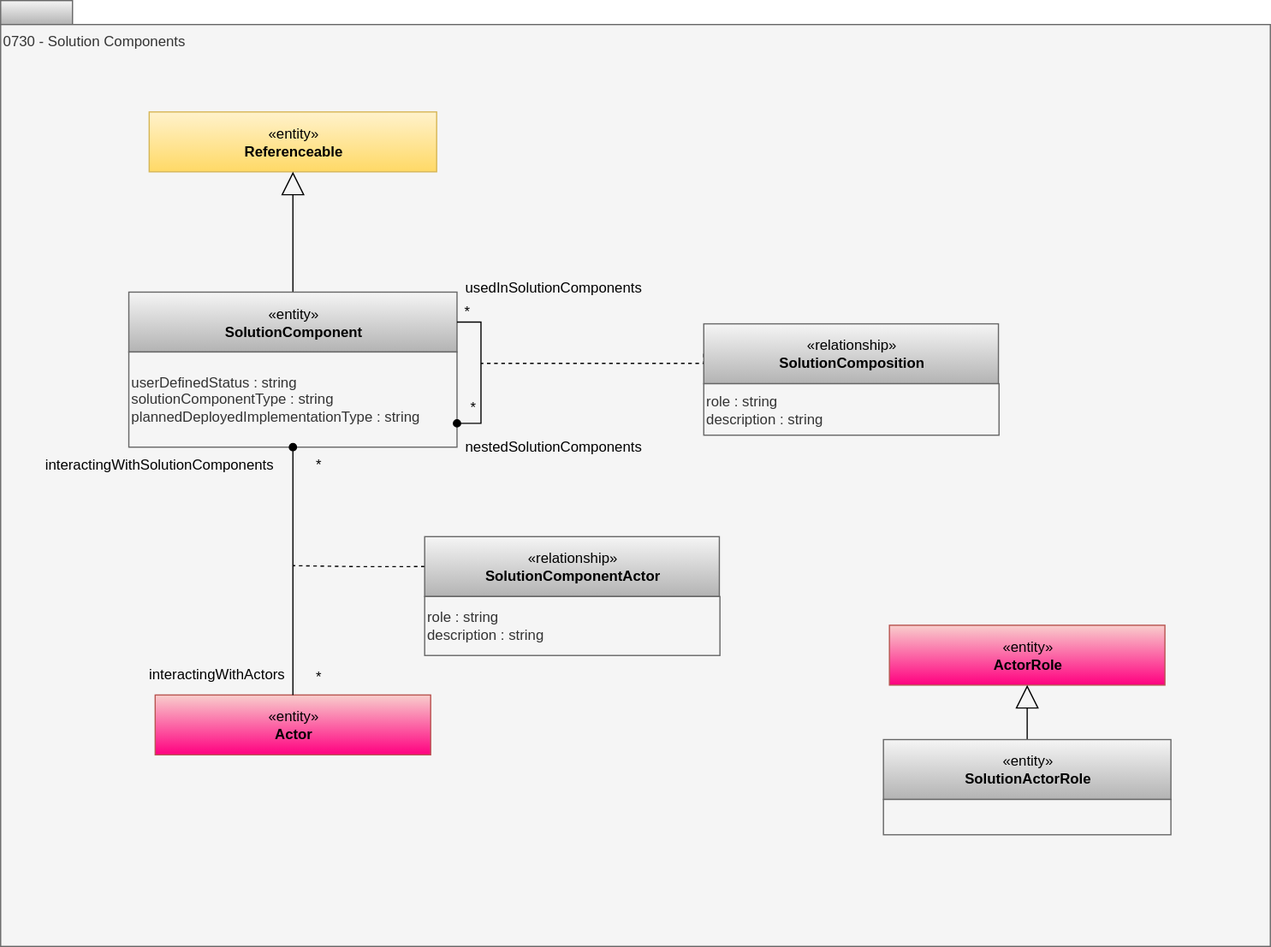
The draw.io diagram site/docs/types/7/0730-Solution-Components.svg in odpi/egeria-docs, before a commit. Source tidied: cells renumbered, new cells last; positions are measured from the earlier drawing's top-left corner, leaving out a move shared by most shapes.
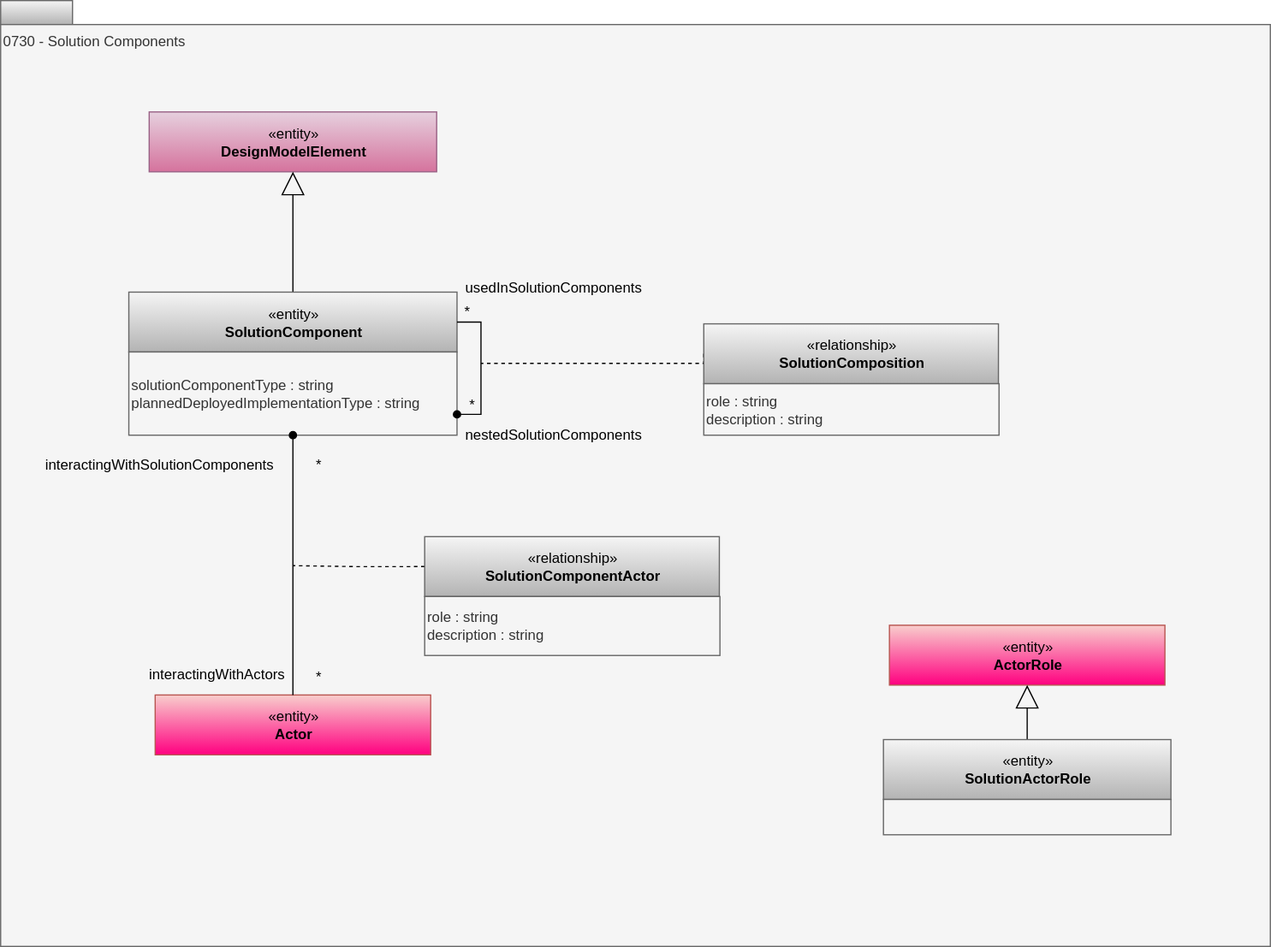
After the commit.

The edit, as a diff of the source:
```diff
@@ -8,7 +8,7 @@
     <mxCell id="3" value="0730 - Solution Components" style="rounded=0;whiteSpace=wrap;html=1;align=left;verticalAlign=top;fillColor=#f5f5f5;fontColor=#333333;strokeColor=#666666;" parent="1" vertex="1">
       <mxGeometry y="20" width="1060" height="770" as="geometry" />
     </mxCell>
-    <mxCell id="4" value="«entity»&lt;br&gt;&lt;b&gt;Referenceable&lt;/b&gt;" style="html=1;strokeColor=#d6b656;align=center;fillColor=#fff2cc;gradientColor=#ffd966;" parent="1" vertex="1">
+    <mxCell id="4" value="«entity»&lt;br&gt;&lt;b&gt;DesignModelElement&lt;/b&gt;" style="html=1;strokeColor=#996185;align=center;fillColor=#e6d0de;gradientColor=#d5739d;" parent="1" vertex="1">
       <mxGeometry x="124" y="93" width="240" height="50" as="geometry" />
     </mxCell>
     <mxCell id="5" style="edgeStyle=orthogonalEdgeStyle;rounded=0;html=1;exitX=0;exitY=0.5;dashed=1;endArrow=none;endFill=0;jettySize=auto;exitDx=0;exitDy=0;" parent="1" edge="1" source="6">
@@ -31,8 +31,8 @@
     <mxCell id="9" value="«entity»&lt;br&gt;&lt;b&gt;SolutionComponent&lt;/b&gt;" style="html=1;strokeColor=#666666;align=center;fillColor=#f5f5f5;gradientColor=#b3b3b3;" parent="1" vertex="1">
       <mxGeometry x="107" y="243.5" width="274" height="50" as="geometry" />
     </mxCell>
-    <mxCell id="10" value="&lt;div&gt;userDefinedStatus : string&lt;br&gt;&lt;div style=&quot;text-align: left&quot;&gt;&lt;/div&gt;&lt;div&gt;solutionComponentType : string&lt;/div&gt;&lt;div&gt;plannedDeployedImplementationType : string&lt;/div&gt;&lt;/div&gt;" style="rounded=0;whiteSpace=wrap;html=1;strokeColor=#666666;align=left;fillColor=#f5f5f5;fontColor=#333333;" parent="1" vertex="1">
-      <mxGeometry x="107" y="293.5" width="274" height="79.5" as="geometry" />
+    <mxCell id="10" value="&lt;div&gt;&lt;div&gt;solutionComponentType : string&lt;/div&gt;&lt;div&gt;plannedDeployedImplementationType : string&lt;/div&gt;&lt;/div&gt;" style="rounded=0;whiteSpace=wrap;html=1;strokeColor=#666666;align=left;fillColor=#f5f5f5;fontColor=#333333;" parent="1" vertex="1">
+      <mxGeometry x="107" y="293.5" width="274" height="69.5" as="geometry" />
     </mxCell>
     <mxCell id="11" value="usedInSolutionComponents" style="text;html=1;align=center;verticalAlign=top;spacingTop=-4;" parent="1" vertex="1">
       <mxGeometry x="381" y="229.5" width="160" height="20" as="geometry" />
@@ -41,10 +41,10 @@
       <mxGeometry x="381" y="249.5" width="15" height="14" as="geometry" />
     </mxCell>
     <mxCell id="13" value="*" style="text;html=1;align=center;verticalAlign=top;spacingTop=-4;" parent="1" vertex="1">
-      <mxGeometry x="386" y="329.5" width="15" height="14" as="geometry" />
+      <mxGeometry x="385" y="327.5" width="15" height="14" as="geometry" />
     </mxCell>
     <mxCell id="14" value="nestedSolutionComponents" style="text;html=1;align=center;verticalAlign=top;spacingTop=-4;" parent="1" vertex="1">
-      <mxGeometry x="381" y="363" width="160" height="20" as="geometry" />
+      <mxGeometry x="381" y="353" width="160" height="20" as="geometry" />
     </mxCell>
     <mxCell id="15" style="edgeStyle=orthogonalEdgeStyle;rounded=0;html=1;exitX=1;exitY=0.75;entryX=1;entryY=0.5;endArrow=none;endFill=0;jettySize=auto;entryDx=0;entryDy=0;exitDx=0;exitDy=0;startArrow=oval;startFill=1;" parent="1" edge="1" source="10" target="9">
       <mxGeometry relative="1" as="geometry" />
@@ -75,7 +75,7 @@
     <mxCell id="23" value="*" style="text;html=1;align=center;verticalAlign=middle;strokeColor=none;fillColor=none;" parent="1" vertex="1">
       <mxGeometry x="250" y="373" width="30" height="30" as="geometry" />
     </mxCell>
-    <mxCell id="24" style="edgeStyle=orthogonalEdgeStyle;rounded=0;jettySize=auto;html=1;exitX=0.5;exitY=1;exitDx=0;exitDy=0;endArrow=none;endFill=0;startArrow=oval;startFill=1;" parent="1" edge="1" source="10" target="16">
+    <mxCell id="24" style="edgeStyle=orthogonalEdgeStyle;rounded=0;jettySize=auto;html=1;endArrow=none;endFill=0;startArrow=oval;startFill=1;" parent="1" edge="1" source="10" target="16">
       <mxGeometry relative="1" as="geometry" />
     </mxCell>
     <mxCell id="25" value="«entity»&lt;br&gt;&lt;b&gt;ActorRole&lt;/b&gt;" style="html=1;strokeColor=#b85450;align=center;fillColor=#f8cecc;gradientColor=#FF0080;" parent="1" vertex="1">
```
